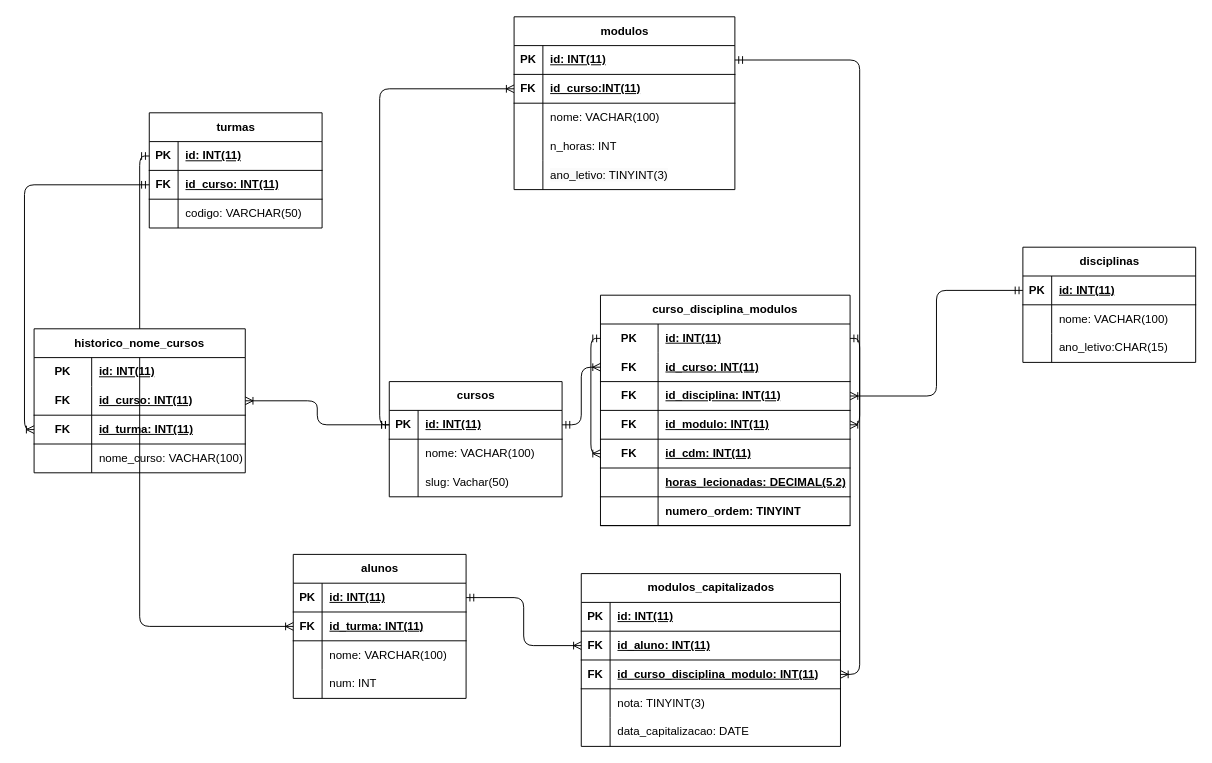
Before: Gestor-de-Modulos/gdm_modelo_er.drawio in Henrique-Morais1/Mod15-trabalho_final, a draw.io diagram. Source tidied: cells renumbered, new cells numbered last; positions are measured from the earlier drawing's top-left corner, leaving out a move shared by most shapes. Both pictures are drawn from the tidied source at 96%, with x=0, y=0 at pixel (34, 16).
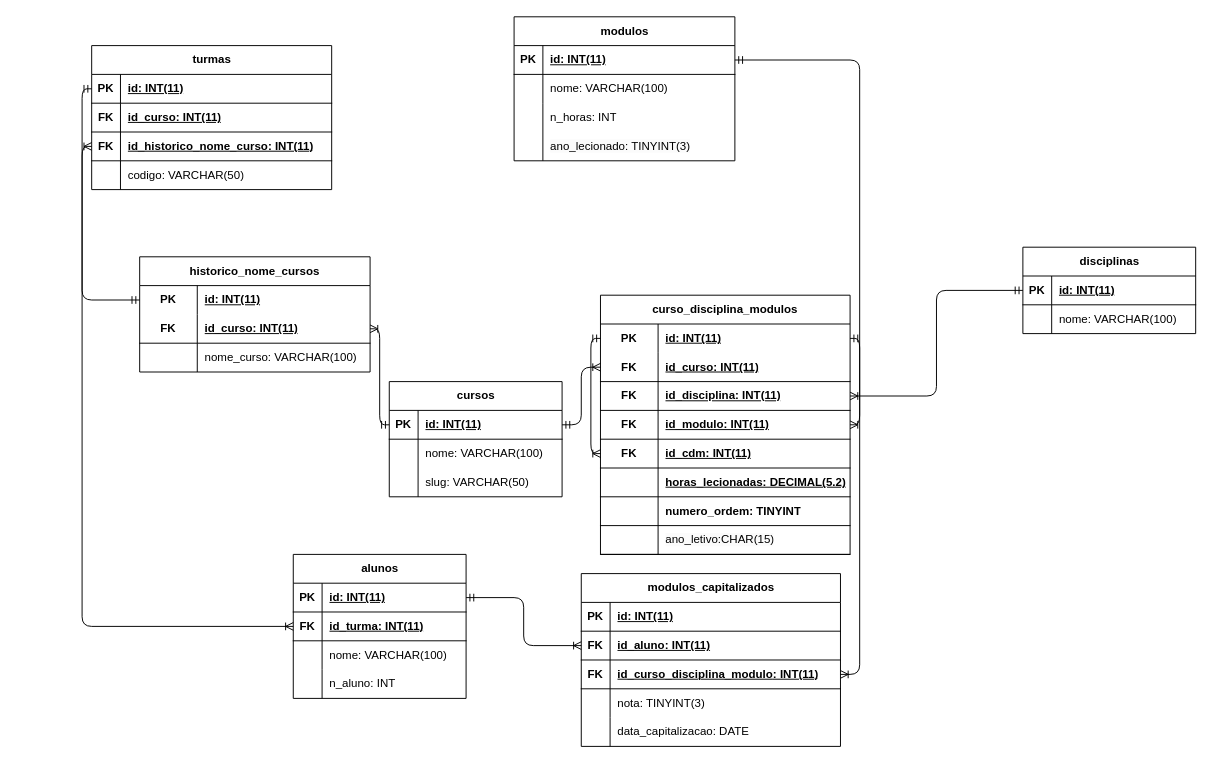
Above is the later version.

Unchanged cells that the change refers to:
```xml
<mxCell id="3" style="shape=tableRow;horizontal=0;startSize=0;swimlaneHead=0;swimlaneBody=0;fillColor=none;points=[[0,0.5],[1,0.5]];portConstraint=eastwest;top=0;left=0;right=0;bottom=1;" parent="2" vertex="1">
  <mxGeometry y="30" width="180" height="30" as="geometry" />
</mxCell>
<mxCell id="6" style="shape=tableRow;horizontal=0;startSize=0;swimlaneHead=0;swimlaneBody=0;fillColor=none;top=0;left=0;right=0;bottom=0;" parent="2" vertex="1">
  <mxGeometry y="60" width="180" height="30" as="geometry" />
</mxCell>
<mxCell id="9" style="shape=tableRow;horizontal=0;startSize=0;swimlaneHead=0;swimlaneBody=0;fillColor=none;top=0;left=0;right=0;bottom=0;" parent="2" vertex="1">
  <mxGeometry y="90" width="180" height="30" as="geometry" />
</mxCell>
<mxCell id="16" style="shape=tableRow;horizontal=0;startSize=0;swimlaneHead=0;swimlaneBody=0;fillColor=none;top=0;left=0;right=0;bottom=0;" parent="12" vertex="1">
  <mxGeometry y="60" width="180" height="30" as="geometry" />
</mxCell>
<mxCell id="58" style="shape=tableRow;horizontal=0;startSize=0;swimlaneHead=0;swimlaneBody=0;fillColor=none;top=0;left=0;right=0;bottom=0;" parent="48" vertex="1">
  <mxGeometry y="120" width="180" height="30" as="geometry" />
</mxCell>
```

The edit, as a diff of the source:
```diff
@@
-    <mxCell id="8" value="nome: VACHAR(100)" style="shape=partialRectangle;fillColor=none;top=0;left=0;bottom=0;right=0;align=left;spacingLeft=6;overflow=hidden;whiteSpace=wrap;html=1;" parent="6" vertex="1">
+    <mxCell id="8" value="nome:&amp;nbsp;&lt;span style=&quot;color: rgb(0, 0, 0);&quot;&gt;VARCHAR&lt;/span&gt;(100)" style="shape=partialRectangle;fillColor=none;top=0;left=0;bottom=0;right=0;align=left;spacingLeft=6;overflow=hidden;whiteSpace=wrap;html=1;" parent="6" vertex="1">
       <mxGeometry x="30" width="150" height="30" as="geometry" />
     </mxCell>
@@
-    <mxCell id="11" value="slug: Vachar(50)" style="shape=partialRectangle;fillColor=none;top=0;left=0;bottom=0;right=0;align=left;spacingLeft=6;overflow=hidden;whiteSpace=wrap;html=1;" parent="9" vertex="1">
+    <mxCell id="11" value="slug:&amp;nbsp;&lt;span style=&quot;color: rgb(0, 0, 0);&quot;&gt;VARCHAR&lt;/span&gt;(50)" style="shape=partialRectangle;fillColor=none;top=0;left=0;bottom=0;right=0;align=left;spacingLeft=6;overflow=hidden;whiteSpace=wrap;html=1;" parent="9" vertex="1">
       <mxGeometry x="30" width="150" height="30" as="geometry" />
     </mxCell>
     <mxCell id="12" value="disciplinas" style="shape=table;startSize=30;childLayout=tableLayout;rowLines=0;fontStyle=1;align=center;html=1;" parent="1" vertex="1">
-      <mxGeometry x="1030" y="240" width="180" height="120" as="geometry" />
+      <mxGeometry x="1030" y="240" width="180" height="90" as="geometry" />
     </mxCell>
@@
-    <mxCell id="18" value="&lt;span style=&quot;color: rgb(0, 0, 0);&quot;&gt;nome: VACHAR(100)&lt;/span&gt;" style="shape=partialRectangle;fillColor=none;top=0;left=0;bottom=0;right=0;align=left;spacingLeft=6;overflow=hidden;whiteSpace=wrap;html=1;" parent="16" vertex="1">
+    <mxCell id="18" value="&lt;span style=&quot;color: rgb(0, 0, 0);&quot;&gt;nome:&amp;nbsp;&lt;span style=&quot;color: rgb(0, 0, 0);&quot;&gt;VARCHAR&lt;/span&gt;(100)&lt;/span&gt;" style="shape=partialRectangle;fillColor=none;top=0;left=0;bottom=0;right=0;align=left;spacingLeft=6;overflow=hidden;whiteSpace=wrap;html=1;" parent="16" vertex="1">
       <mxGeometry x="30" width="150" height="30" as="geometry" />
     </mxCell>
-    <mxCell id="19" style="shape=tableRow;horizontal=0;startSize=0;swimlaneHead=0;swimlaneBody=0;fillColor=none;top=0;left=0;right=0;bottom=0;" parent="12" vertex="1">
-      <mxGeometry y="90" width="180" height="30" as="geometry" />
-    </mxCell>
-    <mxCell id="20" style="shape=partialRectangle;fillColor=none;top=0;left=0;bottom=0;right=0;overflow=hidden;whiteSpace=wrap;html=1;" parent="19" vertex="1">
-      <mxGeometry width="30" height="30" as="geometry" />
-    </mxCell>
-    <mxCell id="21" value="ano_letivo:CHAR(15)" style="shape=partialRectangle;fillColor=none;top=0;left=0;bottom=0;right=0;align=left;spacingLeft=6;overflow=hidden;whiteSpace=wrap;html=1;" parent="19" vertex="1">
-      <mxGeometry x="30" width="150" height="30" as="geometry" />
-    </mxCell>
     <mxCell id="22" value="turmas" style="shape=table;startSize=30;childLayout=tableLayout;rowLines=0;fontStyle=1;align=center;html=1;" parent="1" vertex="1">
-      <mxGeometry x="120" y="100" width="180" height="120" as="geometry" />
+      <mxGeometry x="60" y="30" width="250" height="150" as="geometry" />
     </mxCell>
     <mxCell id="23" style="shape=tableRow;horizontal=0;startSize=0;swimlaneHead=0;swimlaneBody=0;fillColor=none;points=[[0,0.5],[1,0.5]];portConstraint=eastwest;top=0;left=0;right=0;bottom=1;" parent="22" vertex="1">
-      <mxGeometry y="30" width="180" height="30" as="geometry" />
+      <mxGeometry y="30" width="250" height="30" as="geometry" />
     </mxCell>
@@
     <mxCell id="25" value="&lt;span style=&quot;color: rgb(0, 0, 0);&quot;&gt;id: INT(11)&lt;/span&gt;" style="shape=partialRectangle;fillColor=none;top=0;left=0;bottom=0;right=0;align=left;spacingLeft=6;fontStyle=5;overflow=hidden;whiteSpace=wrap;html=1;" parent="23" vertex="1">
-      <mxGeometry x="30" width="150" height="30" as="geometry" />
+      <mxGeometry x="30" width="220" height="30" as="geometry" />
     </mxCell>
     <mxCell id="26" style="shape=tableRow;horizontal=0;startSize=0;swimlaneHead=0;swimlaneBody=0;fillColor=none;points=[[0,0.5],[1,0.5]];portConstraint=eastwest;top=0;left=0;right=0;bottom=1;" parent="22" vertex="1">
-      <mxGeometry y="60" width="180" height="30" as="geometry" />
+      <mxGeometry y="60" width="250" height="30" as="geometry" />
     </mxCell>
@@
     <mxCell id="28" value="id_curso: INT(11)" style="shape=partialRectangle;fillColor=none;top=0;left=0;bottom=0;right=0;align=left;spacingLeft=6;fontStyle=5;overflow=hidden;whiteSpace=wrap;html=1;" parent="26" vertex="1">
-      <mxGeometry x="30" width="150" height="30" as="geometry" />
+      <mxGeometry x="30" width="220" height="30" as="geometry" />
     </mxCell>
+    <mxCell id="121" style="shape=tableRow;horizontal=0;startSize=0;swimlaneHead=0;swimlaneBody=0;fillColor=none;points=[[0,0.5],[1,0.5]];portConstraint=eastwest;top=0;left=0;right=0;bottom=1;" parent="22" vertex="1">
+      <mxGeometry y="90" width="250" height="30" as="geometry" />
+    </mxCell>
+    <mxCell id="37" value="FK" style="shape=partialRectangle;fillColor=none;top=0;left=0;bottom=0;right=0;fontStyle=1;overflow=hidden;whiteSpace=wrap;html=1;" parent="121" vertex="1">
+      <mxGeometry width="30" height="30" as="geometry" />
+    </mxCell>
+    <mxCell id="122" value="id_historico_nome_curso: INT(11)" style="shape=partialRectangle;fillColor=none;top=0;left=0;bottom=0;right=0;align=left;spacingLeft=6;fontStyle=5;overflow=hidden;whiteSpace=wrap;html=1;" parent="121" vertex="1">
+      <mxGeometry x="30" width="220" height="30" as="geometry" />
+    </mxCell>
     <mxCell id="29" style="shape=tableRow;horizontal=0;startSize=0;swimlaneHead=0;swimlaneBody=0;fillColor=none;top=0;left=0;right=0;bottom=0;" parent="22" vertex="1">
-      <mxGeometry y="90" width="180" height="30" as="geometry" />
+      <mxGeometry y="120" width="250" height="30" as="geometry" />
     </mxCell>
@@
     <mxCell id="31" value="codigo: VARCHAR(50)" style="shape=partialRectangle;fillColor=none;top=0;left=0;bottom=0;right=0;align=left;spacingLeft=6;overflow=hidden;whiteSpace=wrap;html=1;" parent="29" vertex="1">
-      <mxGeometry x="30" width="150" height="30" as="geometry" />
+      <mxGeometry x="30" width="220" height="30" as="geometry" />
     </mxCell>
     <mxCell id="32" value="modulos" style="shape=table;startSize=30;childLayout=tableLayout;rowLines=0;fontStyle=1;align=center;html=1;" parent="1" vertex="1">
-      <mxGeometry x="500" width="230" height="180" as="geometry" />
+      <mxGeometry x="500" width="230" height="150" as="geometry" />
     </mxCell>
@@
-    <mxCell id="36" style="shape=tableRow;horizontal=0;startSize=0;swimlaneHead=0;swimlaneBody=0;fillColor=none;points=[[0,0.5],[1,0.5]];portConstraint=eastwest;top=0;left=0;right=0;bottom=1;" parent="32" vertex="1">
-      <mxGeometry y="60" width="230" height="30" as="geometry" />
-    </mxCell>
-    <mxCell id="37" value="FK" style="shape=partialRectangle;fillColor=none;top=0;left=0;bottom=0;right=0;fontStyle=1;overflow=hidden;whiteSpace=wrap;html=1;" parent="36" vertex="1">
-      <mxGeometry width="30" height="30" as="geometry" />
-    </mxCell>
-    <mxCell id="38" value="id_curso:INT(11)" style="shape=partialRectangle;fillColor=none;top=0;left=0;bottom=0;right=0;align=left;spacingLeft=6;fontStyle=5;overflow=hidden;whiteSpace=wrap;html=1;" parent="36" vertex="1">
-      <mxGeometry x="30" width="200" height="30" as="geometry" />
-    </mxCell>
     <mxCell id="39" style="shape=tableRow;horizontal=0;startSize=0;swimlaneHead=0;swimlaneBody=0;fillColor=none;top=0;left=0;right=0;bottom=0;" parent="32" vertex="1">
-      <mxGeometry y="90" width="230" height="30" as="geometry" />
+      <mxGeometry y="60" width="230" height="30" as="geometry" />
     </mxCell>
@@
-    <mxCell id="41" value="&lt;span style=&quot;color: rgb(0, 0, 0);&quot;&gt;nome: VACHAR(100)&lt;/span&gt;" style="shape=partialRectangle;fillColor=none;top=0;left=0;bottom=0;right=0;align=left;spacingLeft=6;overflow=hidden;whiteSpace=wrap;html=1;" parent="39" vertex="1">
+    <mxCell id="41" value="&lt;span style=&quot;color: rgb(0, 0, 0);&quot;&gt;nome:&amp;nbsp;&lt;span style=&quot;color: rgb(0, 0, 0);&quot;&gt;VARCHAR&lt;/span&gt;(100)&lt;/span&gt;" style="shape=partialRectangle;fillColor=none;top=0;left=0;bottom=0;right=0;align=left;spacingLeft=6;overflow=hidden;whiteSpace=wrap;html=1;" parent="39" vertex="1">
       <mxGeometry x="30" width="200" height="30" as="geometry" />
     </mxCell>
     <mxCell id="42" style="shape=tableRow;horizontal=0;startSize=0;swimlaneHead=0;swimlaneBody=0;fillColor=none;top=0;left=0;right=0;bottom=0;" parent="32" vertex="1">
-      <mxGeometry y="120" width="230" height="30" as="geometry" />
+      <mxGeometry y="90" width="230" height="30" as="geometry" />
     </mxCell>
@@
     <mxCell id="45" style="shape=tableRow;horizontal=0;startSize=0;swimlaneHead=0;swimlaneBody=0;fillColor=none;top=0;left=0;right=0;bottom=0;" parent="32" vertex="1">
-      <mxGeometry y="150" width="230" height="30" as="geometry" />
+      <mxGeometry y="120" width="230" height="30" as="geometry" />
     </mxCell>
@@
-    <mxCell id="47" value="&lt;span style=&quot;color: rgb(0, 0, 0); font-family: Helvetica; font-size: 12px; font-style: normal; font-variant-ligatures: normal; font-variant-caps: normal; font-weight: 400; letter-spacing: normal; orphans: 2; text-align: left; text-indent: 0px; text-transform: none; widows: 2; word-spacing: 0px; -webkit-text-stroke-width: 0px; white-space: normal; background-color: rgb(251, 251, 251); text-decoration-thickness: initial; text-decoration-style: initial; text-decoration-color: initial; float: none; display: inline !important;&quot;&gt;ano_letivo: TINYINT(3)&lt;/span&gt;" style="shape=partialRectangle;fillColor=none;top=0;left=0;bottom=0;right=0;align=left;spacingLeft=6;overflow=hidden;whiteSpace=wrap;html=1;" parent="45" vertex="1">
+    <mxCell id="47" value="&lt;span style=&quot;color: rgb(0, 0, 0); font-family: Helvetica; font-size: 12px; font-style: normal; font-variant-ligatures: normal; font-variant-caps: normal; font-weight: 400; letter-spacing: normal; orphans: 2; text-align: left; text-indent: 0px; text-transform: none; widows: 2; word-spacing: 0px; -webkit-text-stroke-width: 0px; white-space: normal; background-color: rgb(251, 251, 251); text-decoration-thickness: initial; text-decoration-style: initial; text-decoration-color: initial; float: none; display: inline !important;&quot;&gt;ano_lecionado: TINYINT(3)&lt;/span&gt;" style="shape=partialRectangle;fillColor=none;top=0;left=0;bottom=0;right=0;align=left;spacingLeft=6;overflow=hidden;whiteSpace=wrap;html=1;" parent="45" vertex="1">
       <mxGeometry x="30" width="200" height="30" as="geometry" />
     </mxCell>
@@
-    <mxCell id="60" value="num: INT" style="shape=partialRectangle;fillColor=none;top=0;left=0;bottom=0;right=0;align=left;spacingLeft=6;overflow=hidden;whiteSpace=wrap;html=1;" parent="58" vertex="1">
+    <mxCell id="60" value="n_aluno: INT" style="shape=partialRectangle;fillColor=none;top=0;left=0;bottom=0;right=0;align=left;spacingLeft=6;overflow=hidden;whiteSpace=wrap;html=1;" parent="58" vertex="1">
       <mxGeometry x="30" width="150" height="30" as="geometry" />
     </mxCell>
@@
     <mxCell id="80" value="curso_disciplina_modulos" style="shape=table;startSize=30;childLayout=tableLayout;rowLines=0;fontStyle=1;align=center;html=1;whiteSpace=wrap;" parent="1" vertex="1">
-      <mxGeometry x="590" y="290" width="260" height="240" as="geometry" />
+      <mxGeometry x="590" y="290" width="260" height="270" as="geometry" />
     </mxCell>
@@
+    <mxCell id="123" style="shape=tableRow;horizontal=0;startSize=0;swimlaneHead=0;swimlaneBody=0;fillColor=none;top=0;left=0;right=0;bottom=1;html=1;" parent="80" vertex="1">
+      <mxGeometry y="240" width="260" height="30" as="geometry" />
+    </mxCell>
+    <mxCell id="124" style="shape=partialRectangle;fillColor=none;top=0;left=0;bottom=0;right=0;fontStyle=1;overflow=hidden;html=1;whiteSpace=wrap;" parent="123" vertex="1">
+      <mxGeometry width="60" height="30" as="geometry" />
+    </mxCell>
+    <mxCell id="21" value="&lt;span style=&quot;color: rgb(0, 0, 0); font-family: Helvetica; font-size: 12px; font-style: normal; font-variant-ligatures: normal; font-variant-caps: normal; font-weight: 400; letter-spacing: normal; orphans: 2; text-align: left; text-indent: 0px; text-transform: none; widows: 2; word-spacing: 0px; -webkit-text-stroke-width: 0px; white-space: normal; background-color: rgb(251, 251, 251); text-decoration-thickness: initial; text-decoration-style: initial; text-decoration-color: initial; float: none; display: inline !important;&quot;&gt;ano_letivo:CHAR(15)&lt;/span&gt;" style="shape=partialRectangle;fillColor=none;top=0;left=0;bottom=0;right=0;align=left;spacingLeft=6;fontStyle=1;overflow=hidden;html=1;whiteSpace=wrap;" parent="123" vertex="1">
+      <mxGeometry x="60" width="200" height="30" as="geometry" />
+    </mxCell>
@@
     <mxCell id="106" value="historico_nome_cursos" style="shape=table;startSize=30;childLayout=tableLayout;rowLines=0;fontStyle=1;align=center;html=1;whiteSpace=wrap;" parent="1" vertex="1">
-      <mxGeometry y="325" width="220" height="150" as="geometry" />
+      <mxGeometry x="110" y="250" width="240" height="120" as="geometry" />
     </mxCell>
     <mxCell id="107" style="shape=tableRow;horizontal=0;startSize=0;swimlaneHead=0;swimlaneBody=0;fillColor=none;points=[[0,0.5],[1,0.5]];portConstraint=eastwest;top=0;left=0;right=0;bottom=0;html=1;" parent="106" vertex="1">
-      <mxGeometry y="30" width="220" height="30" as="geometry" />
+      <mxGeometry y="30" width="240" height="30" as="geometry" />
     </mxCell>
@@
     <mxCell id="109" value="&lt;span style=&quot;color: rgb(0, 0, 0);&quot;&gt;id: INT(11)&lt;/span&gt;" style="shape=partialRectangle;fillColor=none;top=0;left=0;bottom=0;right=0;align=left;spacingLeft=6;fontStyle=5;overflow=hidden;html=1;whiteSpace=wrap;" parent="107" vertex="1">
-      <mxGeometry x="60" width="160" height="30" as="geometry" />
+      <mxGeometry x="60" width="180" height="30" as="geometry" />
     </mxCell>
     <mxCell id="110" style="shape=tableRow;horizontal=0;startSize=0;swimlaneHead=0;swimlaneBody=0;fillColor=none;points=[[0,0.5],[1,0.5]];portConstraint=eastwest;top=0;left=0;right=0;bottom=1;html=1;" parent="106" vertex="1">
-      <mxGeometry y="60" width="220" height="30" as="geometry" />
+      <mxGeometry y="60" width="240" height="30" as="geometry" />
     </mxCell>
@@
     <mxCell id="112" value="&lt;span style=&quot;color: rgb(0, 0, 0);&quot;&gt;id_curso: INT(11)&lt;/span&gt;" style="shape=partialRectangle;fillColor=none;top=0;left=0;bottom=0;right=0;align=left;spacingLeft=6;fontStyle=5;overflow=hidden;html=1;whiteSpace=wrap;" parent="110" vertex="1">
-      <mxGeometry x="60" width="160" height="30" as="geometry" />
+      <mxGeometry x="60" width="180" height="30" as="geometry" />
     </mxCell>
-    <mxCell id="113" style="shape=tableRow;horizontal=0;startSize=0;swimlaneHead=0;swimlaneBody=0;fillColor=none;points=[[0,0.5],[1,0.5]];portConstraint=eastwest;top=0;left=0;right=0;bottom=1;html=1;" parent="106" vertex="1">
-      <mxGeometry y="90" width="220" height="30" as="geometry" />
-    </mxCell>
-    <mxCell id="114" value="FK" style="shape=partialRectangle;fillColor=none;top=0;left=0;bottom=0;right=0;fontStyle=1;overflow=hidden;html=1;whiteSpace=wrap;" parent="113" vertex="1">
-      <mxGeometry width="60" height="30" as="geometry" />
-    </mxCell>
-    <mxCell id="115" value="&lt;span style=&quot;color: rgb(0, 0, 0);&quot;&gt;id_turma: INT(11)&lt;/span&gt;" style="shape=partialRectangle;fillColor=none;top=0;left=0;bottom=0;right=0;align=left;spacingLeft=6;fontStyle=5;overflow=hidden;html=1;whiteSpace=wrap;" parent="113" vertex="1">
-      <mxGeometry x="60" width="160" height="30" as="geometry" />
-    </mxCell>
     <mxCell id="116" style="shape=tableRow;horizontal=0;startSize=0;swimlaneHead=0;swimlaneBody=0;fillColor=none;top=0;left=0;right=0;bottom=0;html=1;" parent="106" vertex="1">
-      <mxGeometry y="120" width="220" height="30" as="geometry" />
+      <mxGeometry y="90" width="240" height="30" as="geometry" />
     </mxCell>
@@
-    <mxCell id="118" value="&lt;span style=&quot;color: rgb(0, 0, 0);&quot;&gt;nome_curso: VACHAR(100)&lt;/span&gt;" style="shape=partialRectangle;fillColor=none;top=0;left=0;bottom=0;right=0;align=left;spacingLeft=6;overflow=hidden;html=1;whiteSpace=wrap;" parent="116" vertex="1">
-      <mxGeometry x="60" width="160" height="30" as="geometry" />
+    <mxCell id="118" value="&lt;span style=&quot;color: rgb(0, 0, 0);&quot;&gt;nome_curso: VARCHAR(100)&lt;/span&gt;" style="shape=partialRectangle;fillColor=none;top=0;left=0;bottom=0;right=0;align=left;spacingLeft=6;overflow=hidden;html=1;whiteSpace=wrap;" parent="116" vertex="1">
+      <mxGeometry x="60" width="180" height="30" as="geometry" />
     </mxCell>
-    <mxCell id="119" style="edgeStyle=orthogonalEdgeStyle;fontSize=12;html=1;endArrow=ERoneToMany;startArrow=ERmandOne;exitX=0;exitY=0.5;exitDx=0;exitDy=0;entryX=0;entryY=0.5;entryDx=0;entryDy=0;" parent="1" edge="1" source="26" target="113">
+    <mxCell id="119" style="edgeStyle=orthogonalEdgeStyle;fontSize=12;html=1;endArrow=ERoneToMany;startArrow=ERmandOne;exitX=0;exitY=0.5;exitDx=0;exitDy=0;entryX=0;entryY=0.5;entryDx=0;entryDy=0;" parent="1" edge="1" source="107" target="121">
       <mxGeometry relative="1" as="geometry" />
     </mxCell>
@@
-    <mxCell id="121" style="edgeStyle=orthogonalEdgeStyle;fontSize=12;html=1;endArrow=ERoneToMany;startArrow=ERmandOne;exitX=0;exitY=0.5;exitDx=0;exitDy=0;entryX=0;entryY=0.5;entryDx=0;entryDy=0;" parent="1" edge="1" source="3" target="36">
-      <mxGeometry relative="1" as="geometry" />
-    </mxCell>
```
